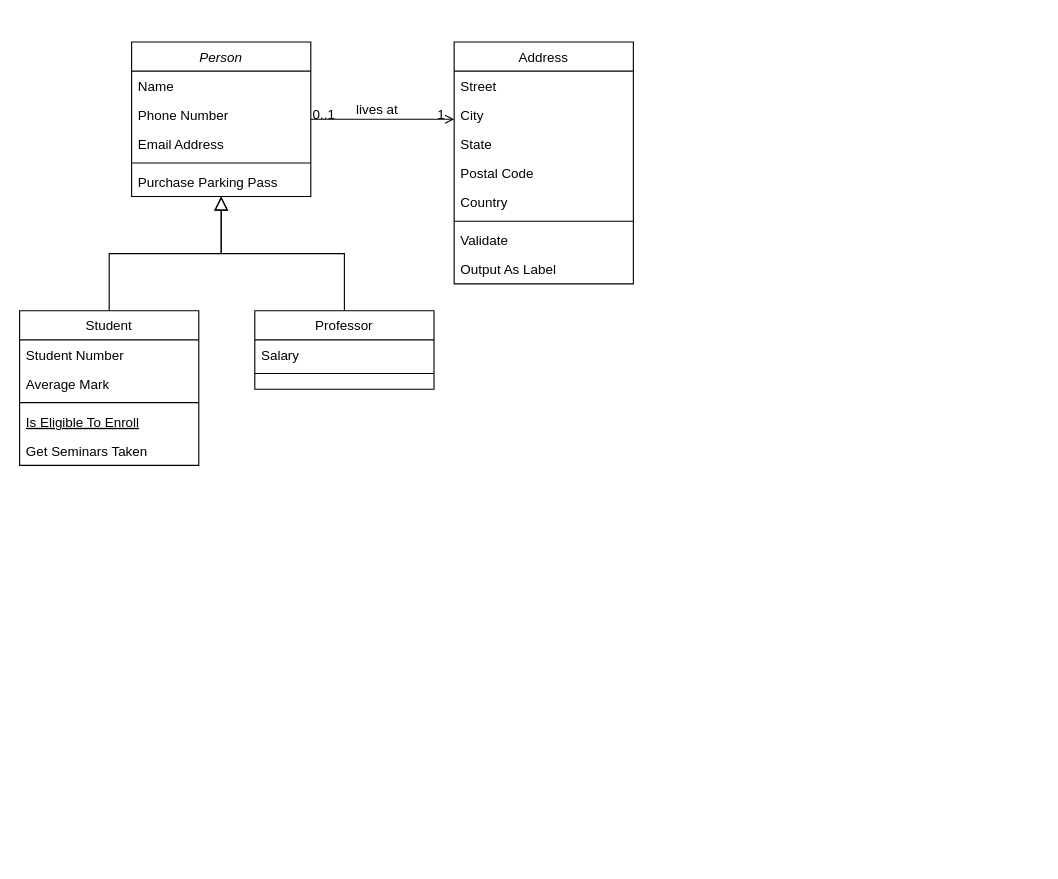
This is Başlıksız Diyagram.drawio from gokayoncu/flightManagement, a draw.io file, before an edit. Source tidied: cells renumbered, new cells numbered last; positions are measured from the earlier drawing's top-left corner, leaving out a move shared by most shapes. Both pictures are drawn from the tidied source at 112%, with x=0, y=0 at pixel (19, 41).
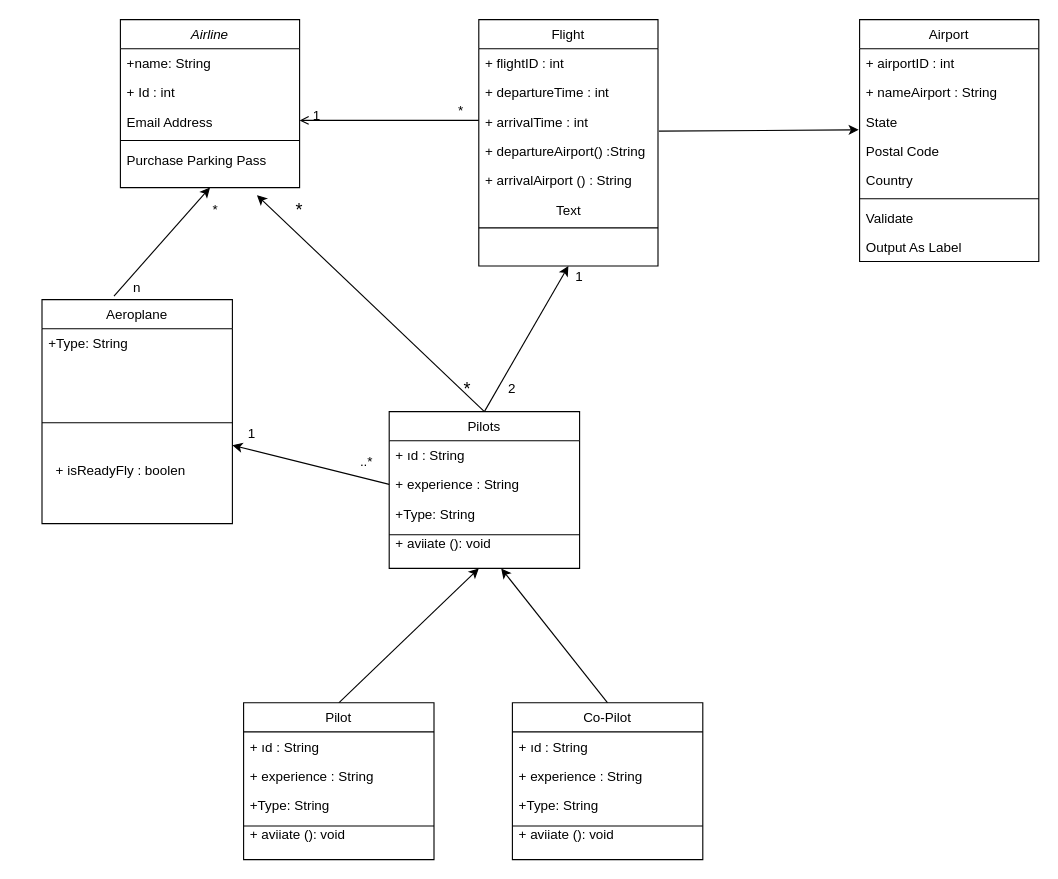
After the change.

Diff of the diagram source:
```diff
@@
-    <mxCell id="2" value="Person" style="swimlane;fontStyle=2;align=center;verticalAlign=top;horizontal=1;startSize=26;rounded=0;shadow=0;strokeWidth=1;" parent="1" vertex="1">
-      <mxGeometry x="100" width="160" height="138" as="geometry" />
+    <mxCell id="2" value="Airline" style="swimlane;fontStyle=2;align=center;verticalAlign=top;horizontal=1;startSize=26;rounded=0;shadow=0;strokeWidth=1;" parent="1" vertex="1">
+      <mxGeometry x="90" y="-20" width="160" height="150" as="geometry" />
     </mxCell>
-    <mxCell id="3" value="Name" style="text;align=left;verticalAlign=top;spacingLeft=4;spacingRight=4;overflow=hidden;" parent="2" vertex="1">
+    <mxCell id="3" value="+name: String&#10;" style="text;align=left;verticalAlign=top;spacingLeft=4;spacingRight=4;overflow=hidden;" parent="2" vertex="1">
       <mxGeometry y="26" width="160" height="26" as="geometry" />
     </mxCell>
-    <mxCell id="4" value="Phone Number" style="text;align=left;verticalAlign=top;spacingLeft=4;spacingRight=4;overflow=hidden;rounded=0;shadow=0;html=0;" parent="2" vertex="1">
+    <mxCell id="4" value="+ Id : int" style="text;align=left;verticalAlign=top;spacingLeft=4;spacingRight=4;overflow=hidden;rounded=0;shadow=0;html=0;" parent="2" vertex="1">
       <mxGeometry y="52" width="160" height="26" as="geometry" />
     </mxCell>
@@
     <mxCell id="7" value="Purchase Parking Pass" style="text;align=left;verticalAlign=top;spacingLeft=4;spacingRight=4;overflow=hidden;points=[[0,0.5],[1,0.5]];portConstraint=eastwest;" parent="2" vertex="1">
-      <mxGeometry y="112" width="160" height="26" as="geometry" />
+      <mxGeometry y="112" width="160" height="38" as="geometry" />
     </mxCell>
-    <mxCell id="8" value="Student" style="swimlane;fontStyle=0;align=center;verticalAlign=top;horizontal=1;startSize=26;rounded=0;shadow=0;strokeWidth=1;" parent="1" vertex="1">
-      <mxGeometry y="240" width="160" height="138" as="geometry" />
+    <mxCell id="8" value="Aeroplane" style="swimlane;fontStyle=0;align=center;verticalAlign=top;horizontal=1;startSize=26;rounded=0;shadow=0;strokeWidth=1;" parent="1" vertex="1">
+      <mxGeometry x="20" y="230" width="170" height="200" as="geometry" />
     </mxCell>
-    <mxCell id="9" value="Student Number" style="text;align=left;verticalAlign=top;spacingLeft=4;spacingRight=4;overflow=hidden;" parent="8" vertex="1">
-      <mxGeometry y="26" width="160" height="26" as="geometry" />
+    <mxCell id="9" value="+Type: String" style="text;align=left;verticalAlign=top;spacingLeft=4;spacingRight=4;overflow=hidden;" parent="8" vertex="1">
+      <mxGeometry y="26" width="170" height="26" as="geometry" />
     </mxCell>
-    <mxCell id="10" value="Average Mark" style="text;align=left;verticalAlign=top;spacingLeft=4;spacingRight=4;overflow=hidden;rounded=0;shadow=0;html=0;" parent="8" vertex="1">
-      <mxGeometry y="52" width="160" height="26" as="geometry" />
-    </mxCell>
-    <mxCell id="11" style="line;html=1;strokeWidth=1;align=left;verticalAlign=middle;spacingTop=-1;spacingLeft=3;spacingRight=3;labelPosition=right;" parent="8" vertex="1">
-      <mxGeometry y="78" width="160" height="8" as="geometry" />
-    </mxCell>
-    <mxCell id="12" value="Is Eligible To Enroll" style="text;align=left;verticalAlign=top;spacingLeft=4;spacingRight=4;overflow=hidden;fontStyle=4;" parent="8" vertex="1">
-      <mxGeometry y="86" width="160" height="26" as="geometry" />
-    </mxCell>
-    <mxCell id="13" value="Get Seminars Taken" style="text;align=left;verticalAlign=top;spacingLeft=4;spacingRight=4;overflow=hidden;" parent="8" vertex="1">
-      <mxGeometry y="112" width="160" height="26" as="geometry" />
-    </mxCell>
-    <mxCell id="14" style="endArrow=block;endSize=10;endFill=0;shadow=0;strokeWidth=1;rounded=0;edgeStyle=elbowEdgeStyle;elbow=vertical;" parent="1" edge="1" source="8" target="2">
-      <mxGeometry relative="1" as="geometry" />
-    </mxCell>
-    <mxCell id="15" value="Professor" style="swimlane;fontStyle=0;align=center;verticalAlign=top;horizontal=1;startSize=26;rounded=0;shadow=0;strokeWidth=1;" parent="1" vertex="1">
-      <mxGeometry x="210" y="240" width="160" height="70" as="geometry" />
-    </mxCell>
-    <mxCell id="16" value="Salary" style="text;align=left;verticalAlign=top;spacingLeft=4;spacingRight=4;overflow=hidden;" parent="15" vertex="1">
-      <mxGeometry y="26" width="160" height="26" as="geometry" />
-    </mxCell>
-    <mxCell id="17" style="line;html=1;strokeWidth=1;align=left;verticalAlign=middle;spacingTop=-1;spacingLeft=3;spacingRight=3;labelPosition=right;" parent="15" vertex="1">
-      <mxGeometry y="52" width="160" height="8" as="geometry" />
-    </mxCell>
-    <mxCell id="18" style="endArrow=block;endSize=10;endFill=0;shadow=0;strokeWidth=1;rounded=0;edgeStyle=elbowEdgeStyle;elbow=vertical;" parent="1" edge="1" source="15" target="2">
-      <mxGeometry relative="1" as="geometry" />
-    </mxCell>
+    <mxCell id="32" style="endArrow=none;html=1;rounded=0;" parent="8" edge="1">
+      <mxGeometry relative="1" as="geometry">
+        <mxPoint y="110" as="sourcePoint" />
+        <mxPoint x="170" y="110" as="targetPoint" />
+      </mxGeometry>
+    </mxCell>
-    <mxCell id="19" value="Address" style="swimlane;fontStyle=0;align=center;verticalAlign=top;horizontal=1;startSize=26;rounded=0;shadow=0;strokeWidth=1;" parent="1" vertex="1">
-      <mxGeometry x="388" width="160" height="216" as="geometry" />
+    <mxCell id="19" value="Flight" style="swimlane;fontStyle=0;align=center;verticalAlign=top;horizontal=1;startSize=26;rounded=0;shadow=0;strokeWidth=1;" parent="1" vertex="1">
+      <mxGeometry x="410" y="-20" width="160" height="220" as="geometry" />
     </mxCell>
-    <mxCell id="20" value="Street" style="text;align=left;verticalAlign=top;spacingLeft=4;spacingRight=4;overflow=hidden;" parent="19" vertex="1">
+    <mxCell id="20" value="+ flightID : int" style="text;align=left;verticalAlign=top;spacingLeft=4;spacingRight=4;overflow=hidden;" parent="19" vertex="1">
       <mxGeometry y="26" width="160" height="26" as="geometry" />
     </mxCell>
-    <mxCell id="21" value="City" style="text;align=left;verticalAlign=top;spacingLeft=4;spacingRight=4;overflow=hidden;rounded=0;shadow=0;html=0;" parent="19" vertex="1">
+    <mxCell id="21" value="+ departureTime : int" style="text;align=left;verticalAlign=top;spacingLeft=4;spacingRight=4;overflow=hidden;rounded=0;shadow=0;html=0;" parent="19" vertex="1">
       <mxGeometry y="52" width="160" height="26" as="geometry" />
     </mxCell>
-    <mxCell id="22" value="State" style="text;align=left;verticalAlign=top;spacingLeft=4;spacingRight=4;overflow=hidden;rounded=0;shadow=0;html=0;" parent="19" vertex="1">
+    <mxCell id="22" value="+ arrivalTime : int" style="text;align=left;verticalAlign=top;spacingLeft=4;spacingRight=4;overflow=hidden;rounded=0;shadow=0;html=0;" parent="19" vertex="1">
       <mxGeometry y="78" width="160" height="26" as="geometry" />
     </mxCell>
-    <mxCell id="23" value="Postal Code" style="text;align=left;verticalAlign=top;spacingLeft=4;spacingRight=4;overflow=hidden;points=[[0,0.5],[1,0.5]];portConstraint=eastwest;rounded=0;shadow=0;html=0;" parent="19" vertex="1">
+    <mxCell id="23" value="+ departureAirport() :String" style="text;align=left;verticalAlign=top;spacingLeft=4;spacingRight=4;overflow=hidden;points=[[0,0.5],[1,0.5]];portConstraint=eastwest;rounded=0;shadow=0;html=0;" parent="19" vertex="1">
       <mxGeometry y="104" width="160" height="26" as="geometry" />
     </mxCell>
-    <mxCell id="24" value="Country" style="text;align=left;verticalAlign=top;spacingLeft=4;spacingRight=4;overflow=hidden;rounded=0;shadow=0;html=0;" parent="19" vertex="1">
+    <mxCell id="24" value="+ arrivalAirport () : String" style="text;align=left;verticalAlign=top;spacingLeft=4;spacingRight=4;overflow=hidden;rounded=0;shadow=0;html=0;" parent="19" vertex="1">
       <mxGeometry y="130" width="160" height="26" as="geometry" />
     </mxCell>
+    <mxCell id="33" value="Text" style="text;html=1;align=center;verticalAlign=middle;strokeColor=none;fillColor=none;" parent="19" vertex="1">
+      <mxGeometry y="156" width="160" height="30" as="geometry" />
+    </mxCell>
+    <mxCell id="34" style="endArrow=none;html=1;rounded=0;" parent="19" edge="1">
+      <mxGeometry relative="1" as="geometry">
+        <mxPoint y="186" as="sourcePoint" />
+        <mxPoint x="160" y="186" as="targetPoint" />
+      </mxGeometry>
+    </mxCell>
+    <mxCell id="28" style="endArrow=open;shadow=0;strokeWidth=1;rounded=0;endFill=1;edgeStyle=elbowEdgeStyle;elbow=vertical;" parent="1" edge="1" source="19" target="2">
+      <mxGeometry x="0.5" y="41" relative="1" as="geometry">
+        <Array as="points">
+          <mxPoint x="330" y="70" />
+          <mxPoint x="360" y="130" />
+          <mxPoint x="290" y="60" />
+          <mxPoint x="350" y="80" />
+        </Array>
+        <mxPoint x="-40" y="32" as="offset" />
+      </mxGeometry>
+    </mxCell>
+    <mxCell id="29" value="*" style="align=left;verticalAlign=bottom;labelBackgroundColor=none;fontSize=12;" parent="28" vertex="1">
+      <mxGeometry x="-1" relative="1" as="geometry">
+        <mxPoint x="-20" as="offset" />
+      </mxGeometry>
+    </mxCell>
+    <mxCell id="30" value="1" style="align=right;verticalAlign=bottom;labelBackgroundColor=none;fontSize=12;" parent="28" vertex="1">
+      <mxGeometry x="1" relative="1" as="geometry">
+        <mxPoint x="20" y="4" as="offset" />
+      </mxGeometry>
+    </mxCell>
+    <mxCell id="35" style="endArrow=classic;html=1;rounded=0;exitX=0.378;exitY=-0.016;exitDx=0;exitDy=0;exitPerimeter=0;entryX=0.5;entryY=1;entryDx=0;entryDy=0;entryPerimeter=0;" parent="1" edge="1" source="8" target="7">
+      <mxGeometry relative="1" as="geometry" />
+    </mxCell>
+    <mxCell id="36" value="*" style="text;html=1;strokeColor=none;fillColor=none;align=center;verticalAlign=middle;whiteSpace=wrap;rounded=0;" parent="1" vertex="1">
+      <mxGeometry x="160" y="140" width="30" height="20" as="geometry" />
+    </mxCell>
+    <mxCell id="37" value="n" style="text;html=1;strokeColor=none;fillColor=none;align=center;verticalAlign=middle;whiteSpace=wrap;rounded=0;" parent="1" vertex="1">
+      <mxGeometry x="90" y="210" width="30" height="20" as="geometry" />
+    </mxCell>
+    <mxCell id="38" value="Airport" style="swimlane;fontStyle=0;align=center;verticalAlign=top;horizontal=1;startSize=26;rounded=0;shadow=0;strokeWidth=1;" parent="1" vertex="1">
+      <mxGeometry x="750" y="-20" width="160" height="216" as="geometry" />
+    </mxCell>
+    <mxCell id="39" value="+ airportID : int" style="text;align=left;verticalAlign=top;spacingLeft=4;spacingRight=4;overflow=hidden;" parent="38" vertex="1">
+      <mxGeometry y="26" width="160" height="26" as="geometry" />
+    </mxCell>
+    <mxCell id="40" value="+ nameAirport : String" style="text;align=left;verticalAlign=top;spacingLeft=4;spacingRight=4;overflow=hidden;rounded=0;shadow=0;html=0;" parent="38" vertex="1">
+      <mxGeometry y="52" width="160" height="26" as="geometry" />
+    </mxCell>
+    <mxCell id="41" value="State" style="text;align=left;verticalAlign=top;spacingLeft=4;spacingRight=4;overflow=hidden;rounded=0;shadow=0;html=0;" parent="38" vertex="1">
+      <mxGeometry y="78" width="160" height="26" as="geometry" />
+    </mxCell>
+    <mxCell id="42" value="Postal Code" style="text;align=left;verticalAlign=top;spacingLeft=4;spacingRight=4;overflow=hidden;points=[[0,0.5],[1,0.5]];portConstraint=eastwest;rounded=0;shadow=0;html=0;" parent="38" vertex="1">
+      <mxGeometry y="104" width="160" height="26" as="geometry" />
+    </mxCell>
+    <mxCell id="43" value="Country" style="text;align=left;verticalAlign=top;spacingLeft=4;spacingRight=4;overflow=hidden;rounded=0;shadow=0;html=0;" parent="38" vertex="1">
+      <mxGeometry y="130" width="160" height="26" as="geometry" />
+    </mxCell>
-    <mxCell id="25" style="line;html=1;strokeWidth=1;align=left;verticalAlign=middle;spacingTop=-1;spacingLeft=3;spacingRight=3;labelPosition=right;" parent="19" vertex="1">
+    <mxCell id="25" style="line;html=1;strokeWidth=1;align=left;verticalAlign=middle;spacingTop=-1;spacingLeft=3;spacingRight=3;labelPosition=right;" parent="38" vertex="1">
       <mxGeometry y="156" width="160" height="8" as="geometry" />
     </mxCell>
-    <mxCell id="26" value="Validate" style="text;align=left;verticalAlign=top;spacingLeft=4;spacingRight=4;overflow=hidden;" parent="19" vertex="1">
+    <mxCell id="26" value="Validate" style="text;align=left;verticalAlign=top;spacingLeft=4;spacingRight=4;overflow=hidden;" parent="38" vertex="1">
       <mxGeometry y="164" width="160" height="26" as="geometry" />
     </mxCell>
-    <mxCell id="27" value="Output As Label" style="text;align=left;verticalAlign=top;spacingLeft=4;spacingRight=4;overflow=hidden;" parent="19" vertex="1">
+    <mxCell id="27" value="Output As Label" style="text;align=left;verticalAlign=top;spacingLeft=4;spacingRight=4;overflow=hidden;" parent="38" vertex="1">
       <mxGeometry y="190" width="160" height="26" as="geometry" />
     </mxCell>
-    <mxCell id="28" style="endArrow=open;shadow=0;strokeWidth=1;rounded=0;endFill=1;edgeStyle=elbowEdgeStyle;elbow=vertical;" parent="1" edge="1" source="2" target="19">
-      <mxGeometry x="0.5" y="41" relative="1" as="geometry">
-        <mxPoint x="-40" y="32" as="offset" />
-      </mxGeometry>
-    </mxCell>
-    <mxCell id="29" value="0..1" style="align=left;verticalAlign=bottom;labelBackgroundColor=none;fontSize=12;" parent="28" vertex="1">
-      <mxGeometry x="-1" relative="1" as="geometry">
-        <mxPoint y="4" as="offset" />
-      </mxGeometry>
-    </mxCell>
-    <mxCell id="30" value="1" style="align=right;verticalAlign=bottom;labelBackgroundColor=none;fontSize=12;" parent="28" vertex="1">
-      <mxGeometry x="1" relative="1" as="geometry">
-        <mxPoint x="-7" y="4" as="offset" />
-      </mxGeometry>
-    </mxCell>
-    <mxCell id="31" value="lives at" style="text;html=1;align=center;verticalAlign=middle;labelBackgroundColor=none;rounded=0;shadow=0;strokeWidth=1;fontSize=12;" parent="28" vertex="1">
-      <mxGeometry x="0.5" y="49" relative="1" as="geometry">
-        <mxPoint x="-38" y="40" as="offset" />
-      </mxGeometry>
-    </mxCell>
+    <mxCell id="44" value="+ isReadyFly : boolen" style="text;html=1;align=center;verticalAlign=middle;strokeColor=none;fillColor=none;" parent="1" vertex="1">
+      <mxGeometry x="20" y="368" width="140" height="30" as="geometry" />
+    </mxCell>
+    <mxCell id="45" style="endArrow=classic;html=1;rounded=0;entryX=-0.005;entryY=-0.214;entryDx=0;entryDy=0;entryPerimeter=0;exitX=1.005;exitY=-0.17;exitDx=0;exitDy=0;exitPerimeter=0;" parent="1" edge="1" source="23" target="42">
+      <mxGeometry relative="1" as="geometry" />
+    </mxCell>
+    <mxCell id="46" value="Pilots" style="swimlane;fontStyle=0;align=center;verticalAlign=top;horizontal=1;startSize=26;rounded=0;shadow=0;strokeWidth=1;" parent="1" vertex="1">
+      <mxGeometry x="330" y="330" width="170" height="140" as="geometry" />
+    </mxCell>
+    <mxCell id="47" value="+ ıd : String" style="text;align=left;verticalAlign=top;spacingLeft=4;spacingRight=4;overflow=hidden;" parent="46" vertex="1">
+      <mxGeometry y="26" width="170" height="26" as="geometry" />
+    </mxCell>
+    <mxCell id="48" style="endArrow=none;html=1;rounded=0;" parent="46" edge="1">
+      <mxGeometry relative="1" as="geometry">
+        <mxPoint y="110" as="sourcePoint" />
+        <mxPoint x="170" y="110" as="targetPoint" />
+      </mxGeometry>
+    </mxCell>
+    <mxCell id="49" value="+ experience : String" style="text;align=left;verticalAlign=top;spacingLeft=4;spacingRight=4;overflow=hidden;points=[[0,0.5],[1,0.5]];portConstraint=eastwest;" parent="46" vertex="1">
+      <mxGeometry y="52" width="170" height="26" as="geometry" />
+    </mxCell>
+    <mxCell id="50" value="+Type: String" style="text;align=left;verticalAlign=top;spacingLeft=4;spacingRight=4;overflow=hidden;" parent="46" vertex="1">
+      <mxGeometry y="78" width="170" height="26" as="geometry" />
+    </mxCell>
+    <mxCell id="51" value="+ aviiate (): void" style="text;align=left;verticalAlign=top;spacingLeft=4;spacingRight=4;overflow=hidden;" parent="46" vertex="1">
+      <mxGeometry y="104" width="170" height="26" as="geometry" />
+    </mxCell>
+    <mxCell id="52" style="endArrow=classic;html=1;rounded=0;entryX=0.5;entryY=1;entryDx=0;entryDy=0;exitX=0.5;exitY=0;exitDx=0;exitDy=0;" parent="1" edge="1" source="46" target="19">
+      <mxGeometry relative="1" as="geometry" />
+    </mxCell>
+    <mxCell id="53" value="1" style="text;html=1;strokeColor=none;fillColor=none;align=center;verticalAlign=middle;whiteSpace=wrap;rounded=0;" parent="1" vertex="1">
+      <mxGeometry x="490" y="200" width="20" height="20" as="geometry" />
+    </mxCell>
+    <mxCell id="54" value="2" style="text;html=1;strokeColor=none;fillColor=none;align=center;verticalAlign=middle;whiteSpace=wrap;rounded=0;" parent="1" vertex="1">
+      <mxGeometry x="430" y="300" width="20" height="20" as="geometry" />
+    </mxCell>
+    <mxCell id="55" style="endArrow=classic;html=1;rounded=0;entryX=0.762;entryY=1.177;entryDx=0;entryDy=0;entryPerimeter=0;exitX=0.5;exitY=0;exitDx=0;exitDy=0;" parent="1" edge="1" source="46" target="7">
+      <mxGeometry relative="1" as="geometry" />
+    </mxCell>
+    <mxCell id="56" value="&lt;font style=&quot;font-size: 16px;&quot;&gt;*&lt;/font&gt;" style="text;html=1;strokeColor=none;fillColor=none;align=center;verticalAlign=middle;whiteSpace=wrap;rounded=0;" parent="1" vertex="1">
+      <mxGeometry x="230" y="130" width="40" height="40" as="geometry" />
+    </mxCell>
+    <mxCell id="57" value="&lt;font style=&quot;font-size: 16px;&quot;&gt;*&lt;/font&gt;" style="text;html=1;strokeColor=none;fillColor=none;align=center;verticalAlign=middle;whiteSpace=wrap;rounded=0;" parent="1" vertex="1">
+      <mxGeometry x="380" y="290" width="40" height="40" as="geometry" />
+    </mxCell>
+    <mxCell id="58" style="endArrow=classic;html=1;rounded=0;exitX=0.5;exitY=0;exitDx=0;exitDy=0;" parent="1" edge="1" source="60">
+      <mxGeometry relative="1" as="geometry">
+        <mxPoint x="410" y="470" as="targetPoint" />
+      </mxGeometry>
+    </mxCell>
+    <mxCell id="59" style="endArrow=classic;html=1;rounded=0;exitX=0.5;exitY=0;exitDx=0;exitDy=0;" parent="1" edge="1" source="66">
+      <mxGeometry relative="1" as="geometry">
+        <mxPoint x="430" y="470" as="targetPoint" />
+      </mxGeometry>
+    </mxCell>
+    <mxCell id="60" value="Pilot" style="swimlane;fontStyle=0;align=center;verticalAlign=top;horizontal=1;startSize=26;rounded=0;shadow=0;strokeWidth=1;" parent="1" vertex="1">
+      <mxGeometry x="200" y="590" width="170" height="140" as="geometry" />
+    </mxCell>
+    <mxCell id="61" value="+ ıd : String" style="text;align=left;verticalAlign=top;spacingLeft=4;spacingRight=4;overflow=hidden;" parent="60" vertex="1">
+      <mxGeometry y="26" width="170" height="26" as="geometry" />
+    </mxCell>
+    <mxCell id="62" style="endArrow=none;html=1;rounded=0;" parent="60" edge="1">
+      <mxGeometry relative="1" as="geometry">
+        <mxPoint y="110" as="sourcePoint" />
+        <mxPoint x="170" y="110" as="targetPoint" />
+      </mxGeometry>
+    </mxCell>
+    <mxCell id="63" value="+ experience : String" style="text;align=left;verticalAlign=top;spacingLeft=4;spacingRight=4;overflow=hidden;" parent="60" vertex="1">
+      <mxGeometry y="52" width="170" height="26" as="geometry" />
+    </mxCell>
+    <mxCell id="64" value="+Type: String" style="text;align=left;verticalAlign=top;spacingLeft=4;spacingRight=4;overflow=hidden;" parent="60" vertex="1">
+      <mxGeometry y="78" width="170" height="26" as="geometry" />
+    </mxCell>
+    <mxCell id="65" value="+ aviiate (): void" style="text;align=left;verticalAlign=top;spacingLeft=4;spacingRight=4;overflow=hidden;" parent="60" vertex="1">
+      <mxGeometry y="104" width="170" height="26" as="geometry" />
+    </mxCell>
+    <mxCell id="66" value="Co-Pilot" style="swimlane;fontStyle=0;align=center;verticalAlign=top;horizontal=1;startSize=26;rounded=0;shadow=0;strokeWidth=1;" parent="1" vertex="1">
+      <mxGeometry x="440" y="590" width="170" height="140" as="geometry" />
+    </mxCell>
+    <mxCell id="67" value="+ ıd : String" style="text;align=left;verticalAlign=top;spacingLeft=4;spacingRight=4;overflow=hidden;" parent="66" vertex="1">
+      <mxGeometry y="26" width="170" height="26" as="geometry" />
+    </mxCell>
+    <mxCell id="68" style="endArrow=none;html=1;rounded=0;" parent="66" edge="1">
+      <mxGeometry relative="1" as="geometry">
+        <mxPoint y="110" as="sourcePoint" />
+        <mxPoint x="170" y="110" as="targetPoint" />
+      </mxGeometry>
+    </mxCell>
+    <mxCell id="69" value="+ experience : String" style="text;align=left;verticalAlign=top;spacingLeft=4;spacingRight=4;overflow=hidden;" parent="66" vertex="1">
+      <mxGeometry y="52" width="170" height="26" as="geometry" />
+    </mxCell>
+    <mxCell id="70" value="+Type: String" style="text;align=left;verticalAlign=top;spacingLeft=4;spacingRight=4;overflow=hidden;" parent="66" vertex="1">
+      <mxGeometry y="78" width="170" height="26" as="geometry" />
+    </mxCell>
+    <mxCell id="71" value="+ aviiate (): void" style="text;align=left;verticalAlign=top;spacingLeft=4;spacingRight=4;overflow=hidden;" parent="66" vertex="1">
+      <mxGeometry y="104" width="170" height="26" as="geometry" />
+    </mxCell>
+    <mxCell id="72" style="endArrow=classic;html=1;rounded=0;exitX=0;exitY=0.5;exitDx=0;exitDy=0;" parent="1" edge="1" source="49">
+      <mxGeometry relative="1" as="geometry">
+        <mxPoint x="190" y="360" as="targetPoint" />
+      </mxGeometry>
+    </mxCell>
+    <mxCell id="73" value="1" style="text;html=1;strokeColor=none;fillColor=none;align=center;verticalAlign=middle;whiteSpace=wrap;rounded=0;" parent="1" vertex="1">
+      <mxGeometry x="185" y="340" width="45" height="20" as="geometry" />
+    </mxCell>
+    <mxCell id="74" value="..*" style="text;html=1;strokeColor=none;fillColor=none;align=center;verticalAlign=middle;whiteSpace=wrap;rounded=0;" parent="1" vertex="1">
+      <mxGeometry x="280" y="360" width="60" height="30" as="geometry" />
+    </mxCell>
```
